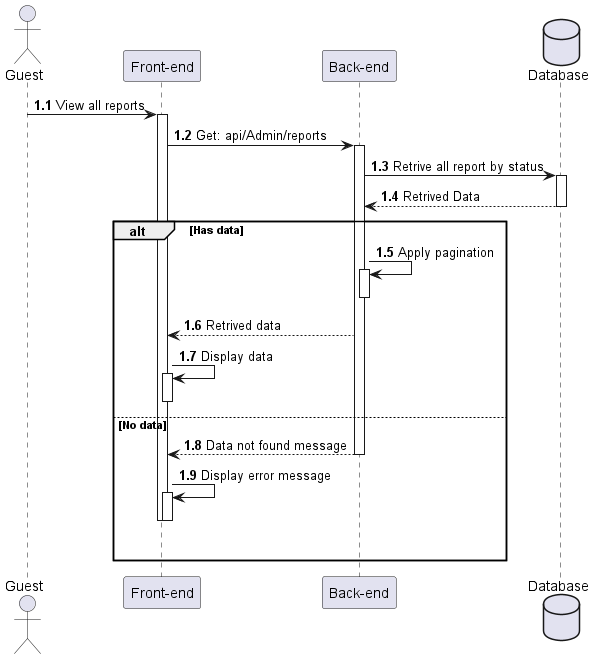
Before: out/Sequences_diagrams/ViewReports/ViewAllReports.png, a diagram exported from PlantUML (HTPhong-276/iCoaching-Diagrams). The source it was exported from:
```plantuml
@startuml ViewAllReports

actor Guest as user
participant "Front-end" as client
participant "Back-end" as server
database "Database" as db

autonumber 1.1 "<b>0:"

user -> client++ : View all reports
client -> server++ : Get: api/Admin/reports
server -> db++ : Retrive all report by status
db --> server : Retrived Data
deactivate

alt Has data
    server -> server++ : Apply pagination
    deactivate
    server --> client : Retrived data
    client -> client++ : Display data
    deactivate

else No data
    server --> client : Data not found message
    deactivate
    client -> client++ : Display error message
    deactivate
    deactivate
    |||
end
@enduml
```
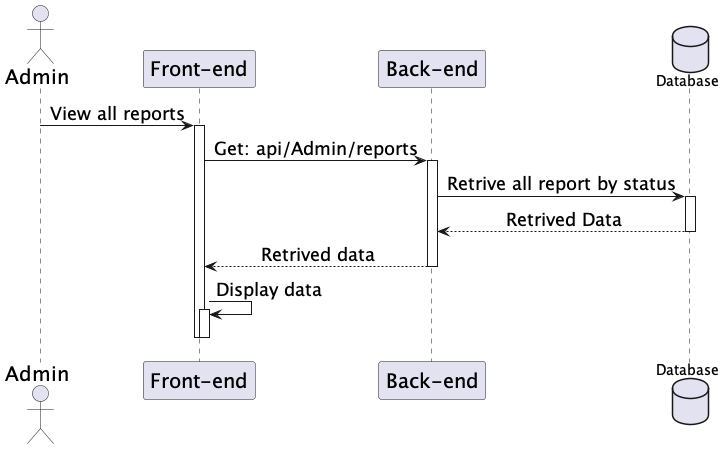
Later version of the same file.

The edit, as a diff of the source:
```diff
@@ -1,31 +1,27 @@
 @startuml ViewAllReports
-
-actor Guest as user
+skinparam sequenceMessageAlign center
+skinparam sequenceGroupFontSize 20
+skinparam sequenceGroupHeaderFontSize 20
+skinparam sequence {
+    ParticipantFontSize 20
+    ActorFontSize 20
+    DatabaseFontSize 20
+    ArrowFontSize 18
+}
+actor Admin as user
 participant "Front-end" as client
 participant "Back-end" as server
 database "Database" as db
-
-autonumber 1.1 "<b>0:"
 
 user -> client++ : View all reports
 client -> server++ : Get: api/Admin/reports
 server -> db++ : Retrive all report by status
 db --> server : Retrived Data
 deactivate
+server --> client : Retrived data
+deactivate
+client -> client++ : Display data
+deactivate
+deactivate
 
-alt Has data
-    server -> server++ : Apply pagination
-    deactivate
-    server --> client : Retrived data
-    client -> client++ : Display data
-    deactivate
-
-else No data
-    server --> client : Data not found message
-    deactivate
-    client -> client++ : Display error message
-    deactivate
-    deactivate
-    |||
-end
 @enduml
```
